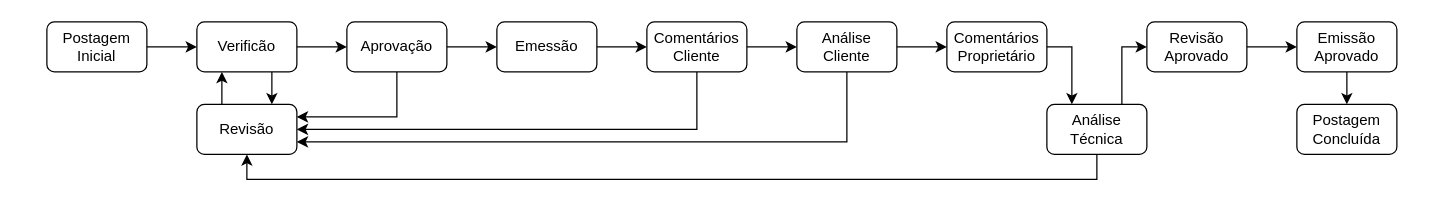
Above: Fluxo Documentos.drawio in Avflux/kairos_Flet (draw.io), before the change. Source tidied: cells renumbered, new cells numbered last; positions are measured from the earlier drawing's top-left corner, leaving out a move shared by most shapes. Both pictures are drawn from the tidied source at 125%, with x=0, y=0 at pixel (46, 21).
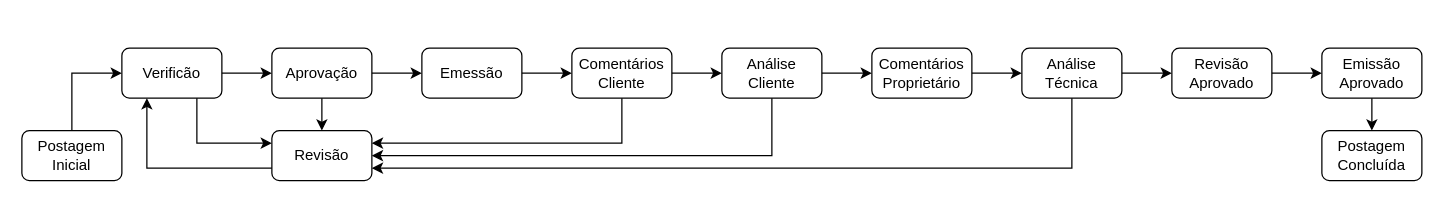
After the change.

Change to the diagram source:
```diff
@@
     <mxCell id="2" style="edgeStyle=orthogonalEdgeStyle;rounded=0;jettySize=auto;html=1;fontFamily=Helvetica;fontSize=12;fontColor=default;" parent="1" edge="1" source="3" target="8">
-      <mxGeometry relative="1" as="geometry" />
+      <mxGeometry relative="1" as="geometry">
+        <Array as="points">
+          <mxPoint x="20" y="41" />
+        </Array>
+      </mxGeometry>
     </mxCell>
     <mxCell id="3" value="Postagem Inicial" style="whiteSpace=wrap;html=1;align=center;verticalAlign=middle;fontFamily=Helvetica;fontSize=12;fillColor=none;rounded=1;glass=0;rotation=0;" parent="1" vertex="1">
-      <mxGeometry width="80" height="40" as="geometry" />
+      <mxGeometry x="-20" y="87" width="80" height="40" as="geometry" />
     </mxCell>
-    <mxCell id="4" style="edgeStyle=orthogonalEdgeStyle;rounded=0;jettySize=auto;html=1;exitX=0.25;exitY=0;exitDx=0;exitDy=0;entryX=0.25;entryY=1;entryDx=0;entryDy=0;fontFamily=Helvetica;fontSize=12;fontColor=default;" parent="1" edge="1" source="5" target="8">
+    <mxCell id="4" style="edgeStyle=orthogonalEdgeStyle;rounded=0;jettySize=auto;html=1;exitX=0;exitY=0.75;exitDx=0;exitDy=0;entryX=0.25;entryY=1;entryDx=0;entryDy=0;" parent="1" edge="1" source="5" target="8">
       <mxGeometry relative="1" as="geometry" />
     </mxCell>
     <mxCell id="5" value="Revisão" style="whiteSpace=wrap;html=1;align=center;verticalAlign=middle;fontFamily=Helvetica;fontSize=12;fillColor=none;rounded=1;glass=0;rotation=0;" parent="1" vertex="1">
-      <mxGeometry x="120" y="66" width="80" height="40" as="geometry" />
+      <mxGeometry x="180" y="87" width="80" height="40" as="geometry" />
     </mxCell>
+    <mxCell id="7" style="edgeStyle=orthogonalEdgeStyle;rounded=0;jettySize=auto;html=1;fontFamily=Helvetica;fontSize=12;fontColor=default;strokeColor=default;align=center;verticalAlign=middle;labelBackgroundColor=default;endArrow=classic;" parent="1" edge="1" source="8" target="11">
+      <mxGeometry relative="1" as="geometry" />
+    </mxCell>
-    <mxCell id="6" style="edgeStyle=orthogonalEdgeStyle;rounded=0;jettySize=auto;html=1;exitX=0.75;exitY=1;exitDx=0;exitDy=0;entryX=0.75;entryY=0;entryDx=0;entryDy=0;fontFamily=Helvetica;fontSize=12;fontColor=default;" parent="1" edge="1" source="8" target="5">
+    <mxCell id="6" style="edgeStyle=orthogonalEdgeStyle;rounded=0;jettySize=auto;html=1;exitX=0.75;exitY=1;exitDx=0;exitDy=0;entryX=0;entryY=0.25;entryDx=0;entryDy=0;" parent="1" edge="1" source="8" target="5">
       <mxGeometry relative="1" as="geometry" />
     </mxCell>
-    <mxCell id="7" style="edgeStyle=orthogonalEdgeStyle;rounded=0;jettySize=auto;html=1;fontFamily=Helvetica;fontSize=12;fontColor=default;strokeColor=default;align=center;verticalAlign=middle;labelBackgroundColor=default;endArrow=classic;" parent="1" edge="1" source="8" target="11">
-      <mxGeometry relative="1" as="geometry" />
-    </mxCell>
     <mxCell id="8" value="Verificão" style="whiteSpace=wrap;html=1;align=center;verticalAlign=middle;fontFamily=Helvetica;fontSize=12;fillColor=none;rounded=1;glass=0;rotation=0;" parent="1" vertex="1">
-      <mxGeometry x="120" width="80" height="40" as="geometry" />
+      <mxGeometry x="60" y="21" width="80" height="40" as="geometry" />
     </mxCell>
@@
-    <mxCell id="10" style="edgeStyle=orthogonalEdgeStyle;rounded=0;jettySize=auto;html=1;exitX=0.5;exitY=1;exitDx=0;exitDy=0;entryX=1;entryY=0.25;entryDx=0;entryDy=0;fontFamily=Helvetica;fontSize=12;fontColor=default;" parent="1" edge="1" source="11" target="5">
+    <mxCell id="10" style="edgeStyle=orthogonalEdgeStyle;rounded=0;jettySize=auto;html=1;exitX=0.5;exitY=1;exitDx=0;exitDy=0;entryX=0.5;entryY=0;entryDx=0;entryDy=0;" parent="1" edge="1" source="11" target="5">
       <mxGeometry relative="1" as="geometry" />
     </mxCell>
     <mxCell id="11" value="Aprovação" style="whiteSpace=wrap;html=1;align=center;verticalAlign=middle;fontFamily=Helvetica;fontSize=12;fillColor=none;rounded=1;glass=0;rotation=0;" parent="1" vertex="1">
-      <mxGeometry x="240" width="80" height="40" as="geometry" />
+      <mxGeometry x="180" y="21" width="80" height="40" as="geometry" />
     </mxCell>
@@
     <mxCell id="13" value="Emessão" style="whiteSpace=wrap;html=1;align=center;verticalAlign=middle;fontFamily=Helvetica;fontSize=12;fillColor=none;rounded=1;glass=0;rotation=0;" parent="1" vertex="1">
-      <mxGeometry x="360" width="80" height="40" as="geometry" />
+      <mxGeometry x="300" y="21" width="80" height="40" as="geometry" />
     </mxCell>
-    <mxCell id="14" style="edgeStyle=orthogonalEdgeStyle;rounded=0;jettySize=auto;html=1;exitX=0.5;exitY=1;exitDx=0;exitDy=0;entryX=1;entryY=0.5;entryDx=0;entryDy=0;fontFamily=Helvetica;fontSize=12;fontColor=default;" parent="1" edge="1" source="16" target="5">
+    <mxCell id="14" style="edgeStyle=orthogonalEdgeStyle;rounded=0;jettySize=auto;html=1;exitX=0.5;exitY=1;exitDx=0;exitDy=0;entryX=1;entryY=0.25;entryDx=0;entryDy=0;fontFamily=Helvetica;fontSize=12;fontColor=default;" parent="1" edge="1" source="16" target="5">
       <mxGeometry relative="1" as="geometry" />
     </mxCell>
@@
     <mxCell id="16" value="Comentários Cliente" style="whiteSpace=wrap;html=1;align=center;verticalAlign=middle;fontFamily=Helvetica;fontSize=12;fillColor=none;rounded=1;glass=0;rotation=0;" parent="1" vertex="1">
-      <mxGeometry x="480" width="80" height="40" as="geometry" />
+      <mxGeometry x="420" y="21" width="80" height="40" as="geometry" />
     </mxCell>
-    <mxCell id="17" style="edgeStyle=orthogonalEdgeStyle;rounded=0;jettySize=auto;html=1;exitX=0.5;exitY=1;exitDx=0;exitDy=0;entryX=1;entryY=0.75;entryDx=0;entryDy=0;fontFamily=Helvetica;fontSize=12;fontColor=default;" parent="1" edge="1" source="19" target="5">
+    <mxCell id="17" style="edgeStyle=orthogonalEdgeStyle;rounded=0;jettySize=auto;html=1;exitX=0.5;exitY=1;exitDx=0;exitDy=0;entryX=1;entryY=0.5;entryDx=0;entryDy=0;fontFamily=Helvetica;fontSize=12;fontColor=default;" parent="1" edge="1" source="19" target="5">
       <mxGeometry relative="1" as="geometry" />
     </mxCell>
@@
     <mxCell id="19" value="Análise Cliente" style="whiteSpace=wrap;html=1;align=center;verticalAlign=middle;fontFamily=Helvetica;fontSize=12;fillColor=none;rounded=1;glass=0;rotation=0;" parent="1" vertex="1">
-      <mxGeometry x="600" width="80" height="40" as="geometry" />
+      <mxGeometry x="540" y="21" width="80" height="40" as="geometry" />
     </mxCell>
-    <mxCell id="20" style="edgeStyle=orthogonalEdgeStyle;rounded=0;jettySize=auto;html=1;exitX=1;exitY=0.5;exitDx=0;exitDy=0;entryX=0.25;entryY=0;entryDx=0;entryDy=0;" parent="1" edge="1" source="21" target="24">
+    <mxCell id="20" style="edgeStyle=orthogonalEdgeStyle;rounded=0;jettySize=auto;html=1;exitX=1;exitY=0.5;exitDx=0;exitDy=0;entryX=0;entryY=0.5;entryDx=0;entryDy=0;" parent="1" edge="1" source="21" target="24">
       <mxGeometry relative="1" as="geometry" />
     </mxCell>
     <mxCell id="21" value="Comentários Proprietário" style="whiteSpace=wrap;html=1;align=center;verticalAlign=middle;fontFamily=Helvetica;fontSize=12;fillColor=none;rounded=1;glass=0;rotation=0;" parent="1" vertex="1">
-      <mxGeometry x="720" width="80" height="40" as="geometry" />
+      <mxGeometry x="660" y="21" width="80" height="40" as="geometry" />
     </mxCell>
-    <mxCell id="22" style="edgeStyle=orthogonalEdgeStyle;rounded=0;jettySize=auto;html=1;exitX=0.5;exitY=1;exitDx=0;exitDy=0;entryX=0.5;entryY=1;entryDx=0;entryDy=0;fontFamily=Helvetica;fontSize=12;fontColor=default;" parent="1" edge="1" source="24" target="5">
+    <mxCell id="22" style="edgeStyle=orthogonalEdgeStyle;rounded=0;jettySize=auto;html=1;exitX=0.5;exitY=1;exitDx=0;exitDy=0;entryX=1;entryY=0.75;entryDx=0;entryDy=0;" parent="1" edge="1" source="24" target="5">
       <mxGeometry relative="1" as="geometry" />
     </mxCell>
-    <mxCell id="23" style="edgeStyle=orthogonalEdgeStyle;rounded=0;jettySize=auto;html=1;exitX=0.75;exitY=0;exitDx=0;exitDy=0;entryX=0;entryY=0.5;entryDx=0;entryDy=0;" parent="1" edge="1" source="24" target="26">
+    <mxCell id="23" style="edgeStyle=orthogonalEdgeStyle;rounded=0;jettySize=auto;html=1;exitX=1;exitY=0.5;exitDx=0;exitDy=0;entryX=0;entryY=0.5;entryDx=0;entryDy=0;" parent="1" edge="1" source="24" target="26">
       <mxGeometry relative="1" as="geometry" />
     </mxCell>
     <mxCell id="24" value="Análise Técnica" style="whiteSpace=wrap;html=1;align=center;verticalAlign=middle;fontFamily=Helvetica;fontSize=12;fillColor=none;rounded=1;glass=0;rotation=0;" parent="1" vertex="1">
-      <mxGeometry x="800" y="66" width="80" height="40" as="geometry" />
+      <mxGeometry x="780" y="21" width="80" height="40" as="geometry" />
     </mxCell>
@@
     <mxCell id="26" value="Revisão Aprovado" style="whiteSpace=wrap;html=1;align=center;verticalAlign=middle;fontFamily=Helvetica;fontSize=12;fillColor=none;rounded=1;glass=0;rotation=0;" parent="1" vertex="1">
-      <mxGeometry x="880" width="80" height="40" as="geometry" />
+      <mxGeometry x="900" y="21" width="80" height="40" as="geometry" />
     </mxCell>
@@
     <mxCell id="28" value="Emissão Aprovado" style="whiteSpace=wrap;html=1;align=center;verticalAlign=middle;fontFamily=Helvetica;fontSize=12;fillColor=none;rounded=1;glass=0;rotation=0;" parent="1" vertex="1">
-      <mxGeometry x="1000" width="80" height="40" as="geometry" />
+      <mxGeometry x="1020" y="21" width="80" height="40" as="geometry" />
     </mxCell>
     <mxCell id="29" value="Postagem Concluída" style="whiteSpace=wrap;html=1;align=center;verticalAlign=middle;fontFamily=Helvetica;fontSize=12;fillColor=none;rounded=1;glass=0;rotation=0;" parent="1" vertex="1">
-      <mxGeometry x="1000" y="66" width="80" height="40" as="geometry" />
+      <mxGeometry x="1020" y="87" width="80" height="40" as="geometry" />
     </mxCell>
```
